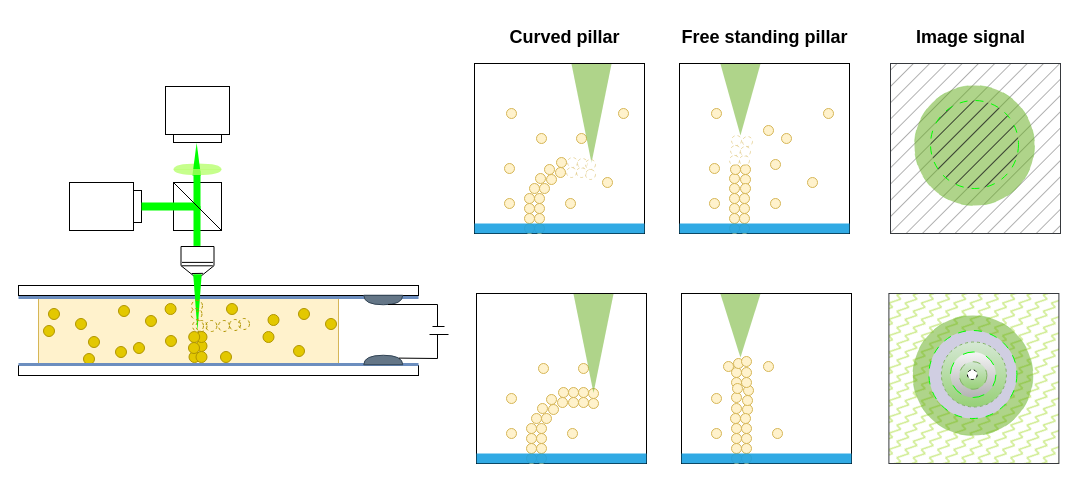
The draw.io diagram Untitled Diagram.drawio in Sunresh/draw, before the edit. Source tidied: cells renumbered, new cells numbered last; positions are measured from the earlier drawing's top-left corner, leaving out a move shared by most shapes. Both pictures are drawn from the tidied source at 100%, with x=0, y=0 at pixel (18, 17).
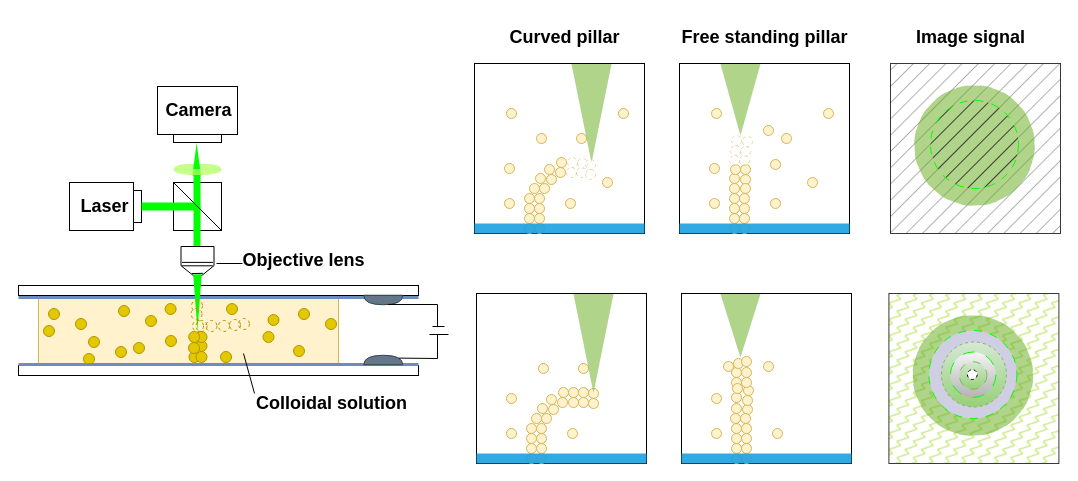
The same diagram, later.

The edit, as a diff of the source:
```diff
@@
     <mxCell id="139" style="rounded=0;whiteSpace=wrap;html=1;" parent="1" vertex="1">
-      <mxGeometry x="147" y="69" width="64" height="48" as="geometry" />
+      <mxGeometry x="139" y="69" width="80" height="48" as="geometry" />
     </mxCell>
@@
+    <mxCell id="198" value="Camera" style="text;html=1;align=center;verticalAlign=middle;strokeColor=none;fillColor=none;fontSize=18;fontStyle=1;" parent="1" vertex="1">
+      <mxGeometry x="135" y="73" width="90" height="40" as="geometry" />
+    </mxCell>
+    <mxCell id="199" value="Laser" style="text;html=1;align=center;verticalAlign=middle;strokeColor=none;fillColor=none;fontSize=18;fontStyle=1;" parent="1" vertex="1">
+      <mxGeometry x="51" y="169" width="70" height="40" as="geometry" />
+    </mxCell>
+    <mxCell id="200" value="Objective lens" style="text;html=1;align=center;verticalAlign=middle;points=[];strokeColor=none;fillColor=none;fontSize=18;fontStyle=1;" parent="1" vertex="1">
+      <mxGeometry x="215.2" y="223" width="140" height="40" as="geometry" />
+    </mxCell>
+    <mxCell id="201" value="Colloidal solution" style="text;html=1;align=center;verticalAlign=middle;points=[];strokeColor=none;fillColor=none;fontSize=18;fontStyle=1;" parent="1" vertex="1">
+      <mxGeometry x="232.5" y="366" width="160" height="40" as="geometry" />
+    </mxCell>
+    <mxCell id="202" style="endArrow=none;html=1;rounded=0;entryX=0.063;entryY=0.575;entryDx=0;entryDy=0;entryPerimeter=0;" parent="1" edge="1" target="200">
+      <mxGeometry relative="1" as="geometry">
+        <mxPoint x="198" y="246" as="sourcePoint" />
+      </mxGeometry>
+    </mxCell>
+    <mxCell id="203" style="endArrow=none;html=1;rounded=0;entryX=0.022;entryY=0.25;entryDx=0;entryDy=0;entryPerimeter=0;" parent="1" edge="1" target="201">
+      <mxGeometry relative="1" as="geometry">
+        <mxPoint x="225" y="336" as="sourcePoint" />
+      </mxGeometry>
+    </mxCell>
```
